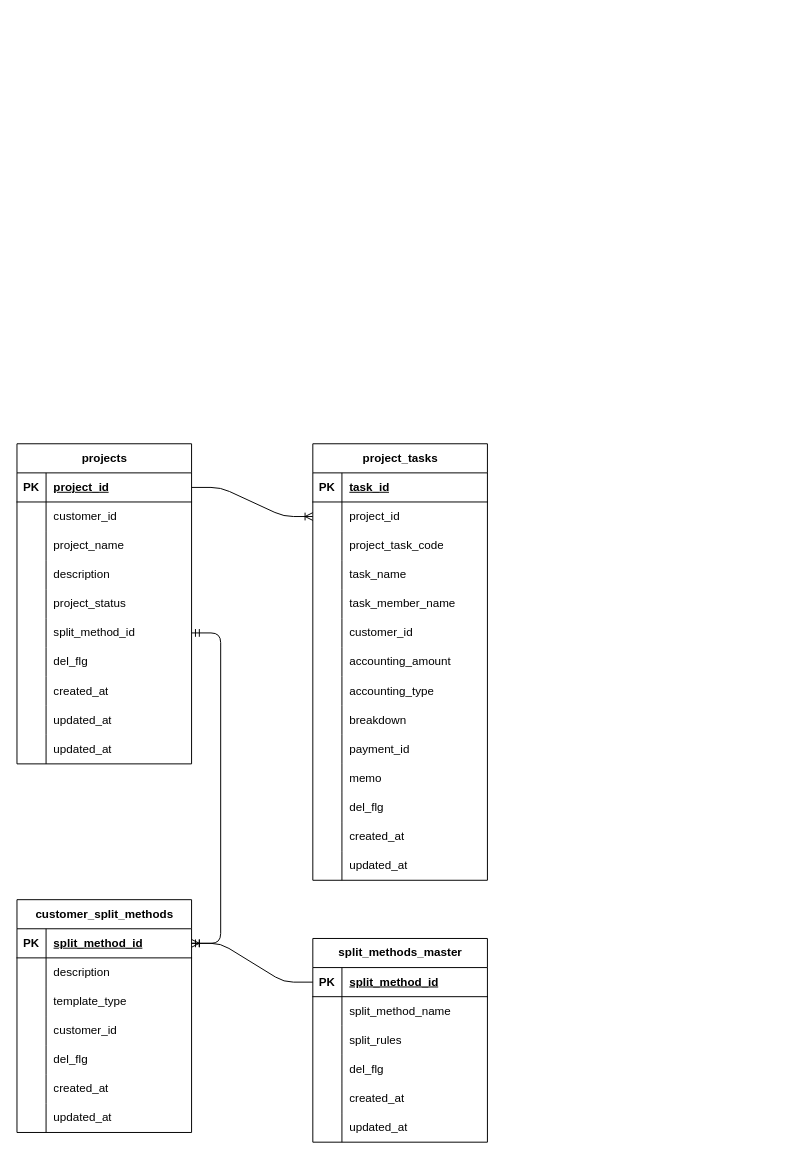
Before: page "プロジェクト系" (4 of 4) of docs/ER-Diagram.drawio in MafsafumiFullno/warikan_app, a draw.io diagram. Source tidied: cells renumbered, new cells numbered last; positions are measured from the earlier drawing's top-left corner, leaving out a move shared by most shapes. Both pictures are drawn from the tidied source at 97%, with x=0, y=0 at pixel (16, 443).
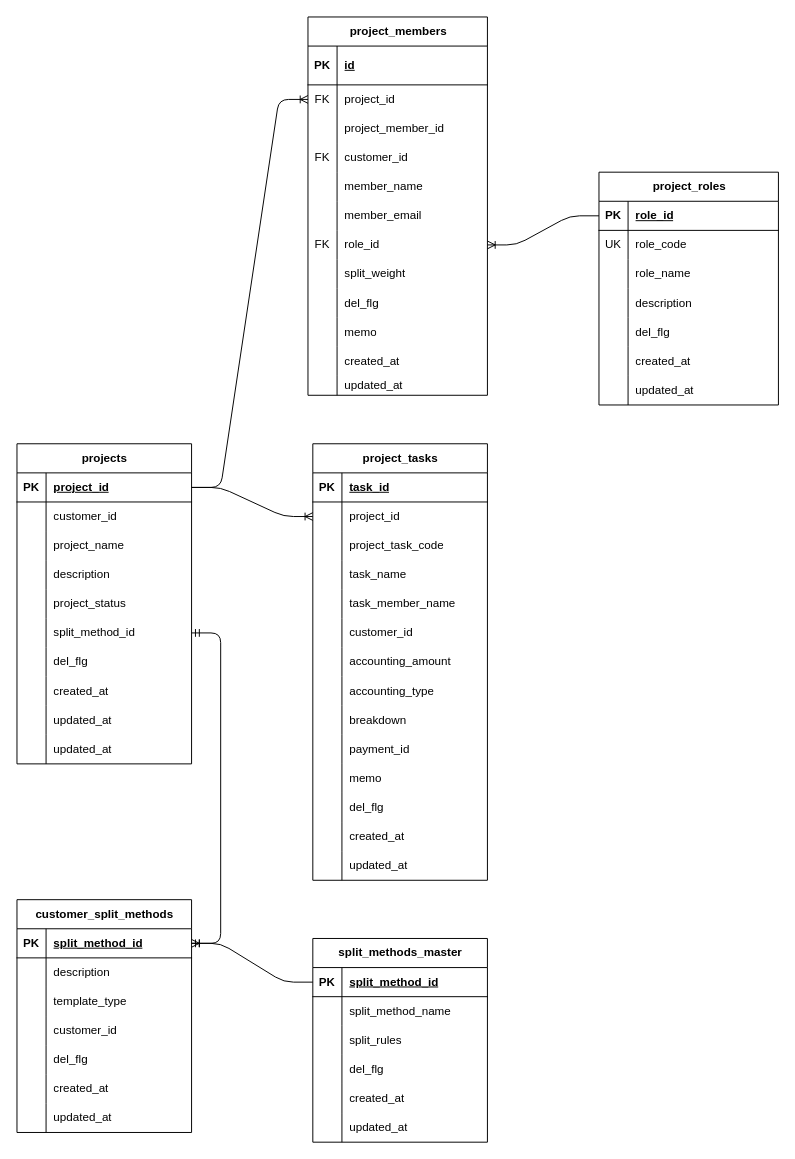
After the change.

The change refers to these unchanged cells:
```xml
<mxCell id="3" style="shape=tableRow;horizontal=0;startSize=0;swimlaneHead=0;swimlaneBody=0;fillColor=none;points=[[0,0.5],[1,0.5]];portConstraint=eastwest;top=0;left=0;right=0;bottom=1;" parent="2" vertex="1">
  <mxGeometry y="30" width="180" height="30" as="geometry" />
</mxCell>
```

Diff of the diagram source:
```diff
@@
+    <mxCell id="120" value="project_roles" style="shape=table;startSize=30;childLayout=tableLayout;rowLines=0;fontStyle=1;align=center;html=1;" parent="1" vertex="1">
+      <mxGeometry x="600" y="-280" width="185" height="240" as="geometry" />
+    </mxCell>
+    <mxCell id="121" style="shape=tableRow;horizontal=0;startSize=0;swimlaneHead=0;swimlaneBody=0;fillColor=none;points=[[0,0.5],[1,0.5]];portConstraint=eastwest;top=0;left=0;right=0;bottom=1;" parent="120" vertex="1">
+      <mxGeometry y="30" width="185" height="30" as="geometry" />
+    </mxCell>
+    <mxCell id="122" value="PK" style="shape=partialRectangle;fillColor=none;top=0;left=0;bottom=0;right=0;fontStyle=1;overflow=hidden;whiteSpace=wrap;html=1;" parent="121" vertex="1">
+      <mxGeometry width="30" height="30" as="geometry" />
+    </mxCell>
+    <mxCell id="123" value="role_id" style="shape=partialRectangle;fillColor=none;top=0;left=0;bottom=0;right=0;align=left;spacingLeft=6;fontStyle=5;overflow=hidden;whiteSpace=wrap;html=1;" parent="121" vertex="1">
+      <mxGeometry x="30" width="155" height="30" as="geometry" />
+    </mxCell>
+    <mxCell id="124" style="shape=tableRow;horizontal=0;startSize=0;swimlaneHead=0;swimlaneBody=0;fillColor=none;top=0;left=0;right=0;bottom=0;" parent="120" vertex="1">
+      <mxGeometry y="60" width="185" height="30" as="geometry" />
+    </mxCell>
+    <mxCell id="125" value="UK" style="shape=partialRectangle;fillColor=none;top=0;left=0;bottom=0;right=0;overflow=hidden;whiteSpace=wrap;html=1;" parent="124" vertex="1">
+      <mxGeometry width="30" height="30" as="geometry" />
+    </mxCell>
+    <mxCell id="126" value="role_code" style="shape=partialRectangle;fillColor=none;top=0;left=0;bottom=0;right=0;align=left;spacingLeft=6;overflow=hidden;whiteSpace=wrap;html=1;" parent="124" vertex="1">
+      <mxGeometry x="30" width="155" height="30" as="geometry" />
+    </mxCell>
+    <mxCell id="127" style="shape=tableRow;horizontal=0;startSize=0;swimlaneHead=0;swimlaneBody=0;fillColor=none;top=0;left=0;right=0;bottom=0;" parent="120" vertex="1">
+      <mxGeometry y="90" width="185" height="30" as="geometry" />
+    </mxCell>
+    <mxCell id="128" style="shape=partialRectangle;fillColor=none;top=0;left=0;bottom=0;right=0;overflow=hidden;whiteSpace=wrap;html=1;" parent="127" vertex="1">
+      <mxGeometry width="30" height="30" as="geometry" />
+    </mxCell>
+    <mxCell id="129" value="role_name" style="shape=partialRectangle;fillColor=none;top=0;left=0;bottom=0;right=0;align=left;spacingLeft=6;overflow=hidden;whiteSpace=wrap;html=1;" parent="127" vertex="1">
+      <mxGeometry x="30" width="155" height="30" as="geometry" />
+    </mxCell>
+    <mxCell id="130" style="shape=tableRow;horizontal=0;startSize=0;swimlaneHead=0;swimlaneBody=0;fillColor=none;top=0;left=0;right=0;bottom=0;" parent="120" vertex="1">
+      <mxGeometry y="120" width="185" height="30" as="geometry" />
+    </mxCell>
+    <mxCell id="131" style="shape=partialRectangle;fillColor=none;top=0;left=0;bottom=0;right=0;overflow=hidden;whiteSpace=wrap;html=1;" parent="130" vertex="1">
+      <mxGeometry width="30" height="30" as="geometry" />
+    </mxCell>
+    <mxCell id="132" value="description" style="shape=partialRectangle;fillColor=none;top=0;left=0;bottom=0;right=0;align=left;spacingLeft=6;overflow=hidden;whiteSpace=wrap;html=1;" parent="130" vertex="1">
+      <mxGeometry x="30" width="155" height="30" as="geometry" />
+    </mxCell>
+    <mxCell id="133" style="shape=tableRow;horizontal=0;startSize=0;swimlaneHead=0;swimlaneBody=0;fillColor=none;top=0;left=0;right=0;bottom=0;" parent="120" vertex="1">
+      <mxGeometry y="150" width="185" height="30" as="geometry" />
+    </mxCell>
+    <mxCell id="134" style="shape=partialRectangle;fillColor=none;top=0;left=0;bottom=0;right=0;overflow=hidden;whiteSpace=wrap;html=1;" parent="133" vertex="1">
+      <mxGeometry width="30" height="30" as="geometry" />
+    </mxCell>
+    <mxCell id="135" value="del_flg" style="shape=partialRectangle;fillColor=none;top=0;left=0;bottom=0;right=0;align=left;spacingLeft=6;overflow=hidden;whiteSpace=wrap;html=1;" parent="133" vertex="1">
+      <mxGeometry x="30" width="155" height="30" as="geometry" />
+    </mxCell>
+    <mxCell id="136" style="shape=tableRow;horizontal=0;startSize=0;swimlaneHead=0;swimlaneBody=0;fillColor=none;top=0;left=0;right=0;bottom=0;" parent="120" vertex="1">
+      <mxGeometry y="180" width="185" height="30" as="geometry" />
+    </mxCell>
+    <mxCell id="137" style="shape=partialRectangle;fillColor=none;top=0;left=0;bottom=0;right=0;overflow=hidden;whiteSpace=wrap;html=1;" parent="136" vertex="1">
+      <mxGeometry width="30" height="30" as="geometry" />
+    </mxCell>
+    <mxCell id="138" value="created_at" style="shape=partialRectangle;fillColor=none;top=0;left=0;bottom=0;right=0;align=left;spacingLeft=6;overflow=hidden;whiteSpace=wrap;html=1;" parent="136" vertex="1">
+      <mxGeometry x="30" width="155" height="30" as="geometry" />
+    </mxCell>
+    <mxCell id="139" style="shape=tableRow;horizontal=0;startSize=0;swimlaneHead=0;swimlaneBody=0;fillColor=none;top=0;left=0;right=0;bottom=0;" parent="120" vertex="1">
+      <mxGeometry y="210" width="185" height="30" as="geometry" />
+    </mxCell>
+    <mxCell id="140" style="shape=partialRectangle;fillColor=none;top=0;left=0;bottom=0;right=0;overflow=hidden;whiteSpace=wrap;html=1;" parent="139" vertex="1">
+      <mxGeometry width="30" height="30" as="geometry" />
+    </mxCell>
+    <mxCell id="141" value="updated_at" style="shape=partialRectangle;fillColor=none;top=0;left=0;bottom=0;right=0;align=left;spacingLeft=6;overflow=hidden;whiteSpace=wrap;html=1;" parent="139" vertex="1">
+      <mxGeometry x="30" width="155" height="30" as="geometry" />
+    </mxCell>
+    <mxCell id="142" value="project_members" style="shape=table;startSize=30;childLayout=tableLayout;rowLines=0;fontStyle=1;align=center;html=1;" parent="1" vertex="1">
+      <mxGeometry x="300" y="-440" width="185" height="390" as="geometry" />
+    </mxCell>
+    <mxCell id="143" style="shape=tableRow;horizontal=0;startSize=0;swimlaneHead=0;swimlaneBody=0;fillColor=none;top=0;left=0;right=0;bottom=1;" parent="142" vertex="1">
+      <mxGeometry y="30" width="185" height="40" as="geometry" />
+    </mxCell>
+    <mxCell id="144" value="PK" style="shape=partialRectangle;fillColor=none;top=0;left=0;bottom=0;right=0;fontStyle=1;overflow=hidden;whiteSpace=wrap;html=1;" parent="143" vertex="1">
+      <mxGeometry width="30" height="40" as="geometry" />
+    </mxCell>
+    <mxCell id="145" value="id" style="shape=partialRectangle;fillColor=none;top=0;left=0;bottom=0;right=0;align=left;spacingLeft=6;fontStyle=5;overflow=hidden;whiteSpace=wrap;html=1;" parent="143" vertex="1">
+      <mxGeometry x="30" width="155" height="40" as="geometry" />
+    </mxCell>
+    <mxCell id="146" style="shape=tableRow;horizontal=0;startSize=0;swimlaneHead=0;swimlaneBody=0;fillColor=none;points=[[0,0.5],[1,0.5]];portConstraint=eastwest;top=0;left=0;right=0;bottom=0;" parent="142" vertex="1">
+      <mxGeometry y="70" width="185" height="30" as="geometry" />
+    </mxCell>
+    <mxCell id="147" value="FK" style="shape=partialRectangle;fillColor=none;top=0;left=0;bottom=0;right=0;overflow=hidden;whiteSpace=wrap;html=1;" parent="146" vertex="1">
+      <mxGeometry width="30" height="30" as="geometry" />
+    </mxCell>
+    <mxCell id="148" value="project_id" style="shape=partialRectangle;fillColor=none;top=0;left=0;bottom=0;right=0;align=left;spacingLeft=6;overflow=hidden;whiteSpace=wrap;html=1;" parent="146" vertex="1">
+      <mxGeometry x="30" width="155" height="30" as="geometry" />
+    </mxCell>
+    <mxCell id="149" style="shape=tableRow;horizontal=0;startSize=0;swimlaneHead=0;swimlaneBody=0;fillColor=none;top=0;left=0;right=0;bottom=0;" parent="142" vertex="1">
+      <mxGeometry y="100" width="185" height="30" as="geometry" />
+    </mxCell>
+    <mxCell id="150" style="shape=partialRectangle;fillColor=none;top=0;left=0;bottom=0;right=0;overflow=hidden;whiteSpace=wrap;html=1;" parent="149" vertex="1">
+      <mxGeometry width="30" height="30" as="geometry" />
+    </mxCell>
+    <mxCell id="151" value="project_member_id" style="shape=partialRectangle;fillColor=none;top=0;left=0;bottom=0;right=0;align=left;spacingLeft=6;overflow=hidden;whiteSpace=wrap;html=1;" parent="149" vertex="1">
+      <mxGeometry x="30" width="155" height="30" as="geometry" />
+    </mxCell>
+    <mxCell id="152" style="shape=tableRow;horizontal=0;startSize=0;swimlaneHead=0;swimlaneBody=0;fillColor=none;top=0;left=0;right=0;bottom=0;" parent="142" vertex="1">
+      <mxGeometry y="130" width="185" height="30" as="geometry" />
+    </mxCell>
+    <mxCell id="153" value="FK" style="shape=partialRectangle;fillColor=none;top=0;left=0;bottom=0;right=0;overflow=hidden;whiteSpace=wrap;html=1;" parent="152" vertex="1">
+      <mxGeometry width="30" height="30" as="geometry" />
+    </mxCell>
+    <mxCell id="154" value="customer_id" style="shape=partialRectangle;fillColor=none;top=0;left=0;bottom=0;right=0;align=left;spacingLeft=6;overflow=hidden;whiteSpace=wrap;html=1;" parent="152" vertex="1">
+      <mxGeometry x="30" width="155" height="30" as="geometry" />
+    </mxCell>
+    <mxCell id="155" style="shape=tableRow;horizontal=0;startSize=0;swimlaneHead=0;swimlaneBody=0;fillColor=none;top=0;left=0;right=0;bottom=0;" parent="142" vertex="1">
+      <mxGeometry y="160" width="185" height="30" as="geometry" />
+    </mxCell>
+    <mxCell id="156" style="shape=partialRectangle;fillColor=none;top=0;left=0;bottom=0;right=0;overflow=hidden;whiteSpace=wrap;html=1;" parent="155" vertex="1">
+      <mxGeometry width="30" height="30" as="geometry" />
+    </mxCell>
+    <mxCell id="157" value="member_name" style="shape=partialRectangle;fillColor=none;top=0;left=0;bottom=0;right=0;align=left;spacingLeft=6;overflow=hidden;whiteSpace=wrap;html=1;" parent="155" vertex="1">
+      <mxGeometry x="30" width="155" height="30" as="geometry" />
+    </mxCell>
+    <mxCell id="158" style="shape=tableRow;horizontal=0;startSize=0;swimlaneHead=0;swimlaneBody=0;fillColor=none;top=0;left=0;right=0;bottom=0;" parent="142" vertex="1">
+      <mxGeometry y="190" width="185" height="30" as="geometry" />
+    </mxCell>
+    <mxCell id="159" style="shape=partialRectangle;fillColor=none;top=0;left=0;bottom=0;right=0;overflow=hidden;whiteSpace=wrap;html=1;" parent="158" vertex="1">
+      <mxGeometry width="30" height="30" as="geometry" />
+    </mxCell>
+    <mxCell id="160" value="member_email" style="shape=partialRectangle;fillColor=none;top=0;left=0;bottom=0;right=0;align=left;spacingLeft=6;overflow=hidden;whiteSpace=wrap;html=1;" parent="158" vertex="1">
+      <mxGeometry x="30" width="155" height="30" as="geometry" />
+    </mxCell>
+    <mxCell id="161" style="shape=tableRow;horizontal=0;startSize=0;swimlaneHead=0;swimlaneBody=0;fillColor=none;points=[[0,0.5],[1,0.5]];portConstraint=eastwest;top=0;left=0;right=0;bottom=0;" parent="142" vertex="1">
+      <mxGeometry y="220" width="185" height="30" as="geometry" />
+    </mxCell>
+    <mxCell id="162" value="FK" style="shape=partialRectangle;fillColor=none;top=0;left=0;bottom=0;right=0;overflow=hidden;whiteSpace=wrap;html=1;" parent="161" vertex="1">
+      <mxGeometry width="30" height="30" as="geometry" />
+    </mxCell>
+    <mxCell id="163" value="role_id" style="shape=partialRectangle;fillColor=none;top=0;left=0;bottom=0;right=0;align=left;spacingLeft=6;overflow=hidden;whiteSpace=wrap;html=1;" parent="161" vertex="1">
+      <mxGeometry x="30" width="155" height="30" as="geometry" />
+    </mxCell>
+    <mxCell id="164" style="shape=tableRow;horizontal=0;startSize=0;swimlaneHead=0;swimlaneBody=0;fillColor=none;top=0;left=0;right=0;bottom=0;" parent="142" vertex="1">
+      <mxGeometry y="250" width="185" height="30" as="geometry" />
+    </mxCell>
+    <mxCell id="165" style="shape=partialRectangle;fillColor=none;top=0;left=0;bottom=0;right=0;overflow=hidden;whiteSpace=wrap;html=1;" parent="164" vertex="1">
+      <mxGeometry width="30" height="30" as="geometry" />
+    </mxCell>
+    <mxCell id="166" value="split_weight" style="shape=partialRectangle;fillColor=none;top=0;left=0;bottom=0;right=0;align=left;spacingLeft=6;overflow=hidden;whiteSpace=wrap;html=1;" parent="164" vertex="1">
+      <mxGeometry x="30" width="155" height="30" as="geometry" />
+    </mxCell>
+    <mxCell id="167" style="shape=tableRow;horizontal=0;startSize=0;swimlaneHead=0;swimlaneBody=0;fillColor=none;top=0;left=0;right=0;bottom=0;" parent="142" vertex="1">
+      <mxGeometry y="280" width="185" height="30" as="geometry" />
+    </mxCell>
+    <mxCell id="168" style="shape=partialRectangle;fillColor=none;top=0;left=0;bottom=0;right=0;overflow=hidden;whiteSpace=wrap;html=1;" parent="167" vertex="1">
+      <mxGeometry width="30" height="30" as="geometry" />
+    </mxCell>
+    <mxCell id="169" value="del_flg" style="shape=partialRectangle;fillColor=none;top=0;left=0;bottom=0;right=0;align=left;spacingLeft=6;overflow=hidden;whiteSpace=wrap;html=1;" parent="167" vertex="1">
+      <mxGeometry x="30" width="155" height="30" as="geometry" />
+    </mxCell>
+    <mxCell id="170" style="shape=tableRow;horizontal=0;startSize=0;swimlaneHead=0;swimlaneBody=0;fillColor=none;top=0;left=0;right=0;bottom=0;" parent="142" vertex="1">
+      <mxGeometry y="310" width="185" height="30" as="geometry" />
+    </mxCell>
+    <mxCell id="171" style="shape=partialRectangle;fillColor=none;top=0;left=0;bottom=0;right=0;overflow=hidden;whiteSpace=wrap;html=1;" parent="170" vertex="1">
+      <mxGeometry width="30" height="30" as="geometry" />
+    </mxCell>
+    <mxCell id="172" value="memo" style="shape=partialRectangle;fillColor=none;top=0;left=0;bottom=0;right=0;align=left;spacingLeft=6;overflow=hidden;whiteSpace=wrap;html=1;" parent="170" vertex="1">
+      <mxGeometry x="30" width="155" height="30" as="geometry" />
+    </mxCell>
+    <mxCell id="173" style="shape=tableRow;horizontal=0;startSize=0;swimlaneHead=0;swimlaneBody=0;fillColor=none;top=0;left=0;right=0;bottom=0;" parent="142" vertex="1">
+      <mxGeometry y="340" width="185" height="30" as="geometry" />
+    </mxCell>
+    <mxCell id="174" style="shape=partialRectangle;fillColor=none;top=0;left=0;bottom=0;right=0;overflow=hidden;whiteSpace=wrap;html=1;" parent="173" vertex="1">
+      <mxGeometry width="30" height="30" as="geometry" />
+    </mxCell>
+    <mxCell id="175" value="created_at" style="shape=partialRectangle;fillColor=none;top=0;left=0;bottom=0;right=0;align=left;spacingLeft=6;overflow=hidden;whiteSpace=wrap;html=1;" parent="173" vertex="1">
+      <mxGeometry x="30" width="155" height="30" as="geometry" />
+    </mxCell>
+    <mxCell id="176" style="shape=tableRow;horizontal=0;startSize=0;swimlaneHead=0;swimlaneBody=0;fillColor=none;top=0;left=0;right=0;bottom=0;" parent="142" vertex="1">
+      <mxGeometry y="370" width="185" height="20" as="geometry" />
+    </mxCell>
+    <mxCell id="177" style="shape=partialRectangle;fillColor=none;top=0;left=0;bottom=0;right=0;overflow=hidden;whiteSpace=wrap;html=1;" parent="176" vertex="1">
+      <mxGeometry width="30" height="20" as="geometry" />
+    </mxCell>
+    <mxCell id="178" value="updated_at" style="shape=partialRectangle;fillColor=none;top=0;left=0;bottom=0;right=0;align=left;spacingLeft=6;overflow=hidden;whiteSpace=wrap;html=1;" parent="176" vertex="1">
+      <mxGeometry x="30" width="155" height="20" as="geometry" />
+    </mxCell>
+    <mxCell id="179" style="edgeStyle=entityRelationEdgeStyle;fontSize=12;html=1;endArrow=ERoneToMany;entryX=0;entryY=0.5;entryDx=0;entryDy=0;exitX=1;exitY=0.5;exitDx=0;exitDy=0;" parent="1" edge="1" source="3" target="146">
+      <mxGeometry relative="1" as="geometry" />
+    </mxCell>
+    <mxCell id="180" style="edgeStyle=entityRelationEdgeStyle;fontSize=12;html=1;endArrow=ERoneToMany;entryX=1;entryY=0.5;entryDx=0;entryDy=0;exitX=0;exitY=0.5;exitDx=0;exitDy=0;" parent="1" edge="1" source="121" target="161">
+      <mxGeometry relative="1" as="geometry" />
+    </mxCell>
```
